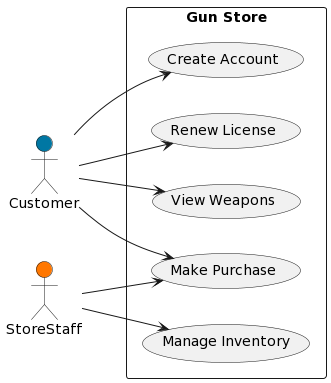
Above: Diagrama/GunStoreUML_UseCasesdiagram.png in Campones76/GunStoreBDD (PlantUML), before the change.
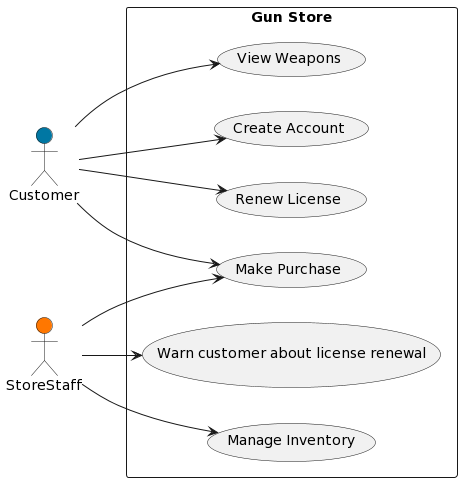
Later version of the same file.

Commit message:
Mudanças nos diagramas

The edit, as a diff of the source:
```diff
@@ -14,7 +14,8 @@
   usecase "Create Account" as UC2
   usecase "Make Purchase" as UC3
   usecase "Renew License" as UC4
-  usecase "Manage Inventory" as UC5
+  usecase "Warn customer about license renewal" as UC5
+  usecase "Manage Inventory" as UC6
 
   c --> UC1
   c --> UC2
@@ -23,5 +24,6 @@
 
   s --> UC3
   s --> UC5
+  s --> UC6
 }
 @enduml
```
